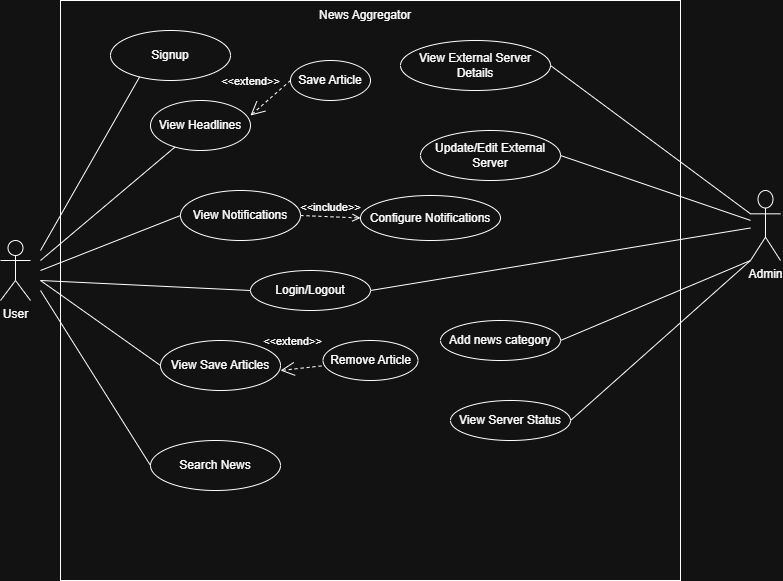
Above: Use Case(News Aggregator).png in gaurav-bhandari3290/Learn-Code (draw.io), before the change. Source tidied: cells renumbered, new cells last; positions are measured from the earlier drawing's top-left corner, leaving out a move shared by most shapes.
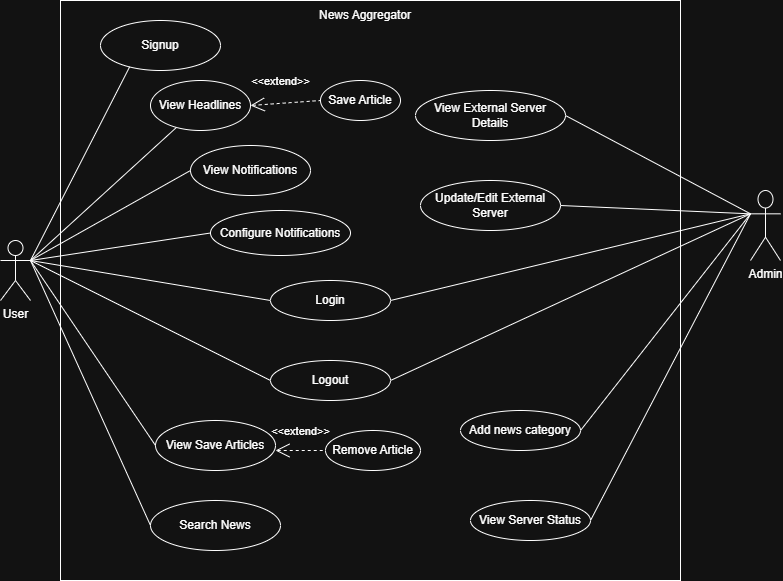
Above is the later version.

Commit message:
Use Case Comments resolved

Diff of the diagram source:
```diff
@@ -9,105 +9,100 @@
       <mxGeometry y="240" width="30" height="60" as="geometry" />
     </mxCell>
     <mxCell id="4" value="View Save Articles" style="ellipse;whiteSpace=wrap;html=1;" parent="1" vertex="1">
-      <mxGeometry x="160" y="340" width="120" height="50" as="geometry" />
+      <mxGeometry x="155" y="420" width="120" height="50" as="geometry" />
     </mxCell>
     <mxCell id="5" value="View Headlines" style="ellipse;whiteSpace=wrap;html=1;" parent="1" vertex="1">
-      <mxGeometry x="150" y="100" width="100" height="50" as="geometry" />
+      <mxGeometry x="150" y="80" width="100" height="50" as="geometry" />
     </mxCell>
     <mxCell id="6" value="Signup" style="ellipse;whiteSpace=wrap;html=1;" parent="1" vertex="1">
-      <mxGeometry x="110" y="30" width="120" height="50" as="geometry" />
+      <mxGeometry x="100" y="20" width="120" height="50" as="geometry" />
     </mxCell>
     <mxCell id="7" value="Admin" style="shape=umlActor;verticalLabelPosition=bottom;verticalAlign=top;html=1;outlineConnect=0;" parent="1" vertex="1">
       <mxGeometry x="750" y="190" width="30" height="70" as="geometry" />
     </mxCell>
-    <mxCell id="8" value="Login/Logout" style="ellipse;whiteSpace=wrap;html=1;" parent="1" vertex="1">
-      <mxGeometry x="250" y="270" width="120" height="40" as="geometry" />
+    <mxCell id="8" value="Login" style="ellipse;whiteSpace=wrap;html=1;" parent="1" vertex="1">
+      <mxGeometry x="270" y="280" width="120" height="40" as="geometry" />
     </mxCell>
     <mxCell id="9" value="Search News" style="ellipse;whiteSpace=wrap;html=1;" parent="1" vertex="1">
-      <mxGeometry x="150" y="440" width="130" height="50" as="geometry" />
+      <mxGeometry x="150" y="500" width="130" height="50" as="geometry" />
     </mxCell>
     <mxCell id="10" value="View Notifications" style="ellipse;whiteSpace=wrap;html=1;" parent="1" vertex="1">
-      <mxGeometry x="180" y="190" width="120" height="50" as="geometry" />
+      <mxGeometry x="190" y="145" width="120" height="50" as="geometry" />
     </mxCell>
-    <mxCell id="11" style="endArrow=none;html=1;rounded=0;entryX=0.243;entryY=0.926;entryDx=0;entryDy=0;entryPerimeter=0;" parent="1" edge="1" target="6">
-      <mxGeometry relative="1" as="geometry">
-        <mxPoint x="40" y="250" as="sourcePoint" />
-      </mxGeometry>
+    <mxCell id="11" style="endArrow=none;html=1;rounded=0;entryX=0.243;entryY=0.926;entryDx=0;entryDy=0;entryPerimeter=0;exitX=1;exitY=0.3333333333333333;exitDx=0;exitDy=0;exitPerimeter=0;" parent="1" edge="1" source="3" target="6">
+      <mxGeometry relative="1" as="geometry" />
     </mxCell>
-    <mxCell id="12" style="endArrow=none;html=1;rounded=0;" parent="1" edge="1" target="5">
-      <mxGeometry relative="1" as="geometry">
-        <mxPoint x="40" y="260" as="sourcePoint" />
-      </mxGeometry>
+    <mxCell id="12" style="endArrow=none;html=1;rounded=0;exitX=1;exitY=0.3333333333333333;exitDx=0;exitDy=0;exitPerimeter=0;" parent="1" edge="1" source="3" target="5">
+      <mxGeometry relative="1" as="geometry" />
     </mxCell>
-    <mxCell id="13" style="endArrow=none;html=1;rounded=0;entryX=0;entryY=0.5;entryDx=0;entryDy=0;" parent="1" edge="1" target="10">
-      <mxGeometry relative="1" as="geometry">
-        <mxPoint x="40" y="270" as="sourcePoint" />
-      </mxGeometry>
+    <mxCell id="13" style="endArrow=none;html=1;rounded=0;entryX=0;entryY=0.5;entryDx=0;entryDy=0;exitX=1;exitY=0.3333333333333333;exitDx=0;exitDy=0;exitPerimeter=0;" parent="1" edge="1" source="3" target="10">
+      <mxGeometry relative="1" as="geometry" />
     </mxCell>
-    <mxCell id="14" style="endArrow=none;html=1;rounded=0;entryX=0;entryY=0.5;entryDx=0;entryDy=0;" parent="1" edge="1" target="8">
-      <mxGeometry relative="1" as="geometry">
-        <mxPoint x="40" y="280" as="sourcePoint" />
-      </mxGeometry>
+    <mxCell id="14" style="endArrow=none;html=1;rounded=0;entryX=0;entryY=0.5;entryDx=0;entryDy=0;exitX=1;exitY=0.3333333333333333;exitDx=0;exitDy=0;exitPerimeter=0;" parent="1" edge="1" source="3" target="8">
+      <mxGeometry relative="1" as="geometry" />
     </mxCell>
-    <mxCell id="15" style="endArrow=none;html=1;rounded=0;entryX=0;entryY=0.5;entryDx=0;entryDy=0;" parent="1" edge="1" target="4">
-      <mxGeometry relative="1" as="geometry">
-        <mxPoint x="40" y="280" as="sourcePoint" />
-      </mxGeometry>
+    <mxCell id="15" style="endArrow=none;html=1;rounded=0;entryX=0;entryY=0.5;entryDx=0;entryDy=0;exitX=1;exitY=0.3333333333333333;exitDx=0;exitDy=0;exitPerimeter=0;" parent="1" edge="1" source="3" target="4">
+      <mxGeometry relative="1" as="geometry" />
     </mxCell>
-    <mxCell id="16" style="endArrow=none;html=1;rounded=0;entryX=0;entryY=0.5;entryDx=0;entryDy=0;" parent="1" edge="1" target="9">
-      <mxGeometry relative="1" as="geometry">
-        <mxPoint x="40" y="290" as="sourcePoint" />
-      </mxGeometry>
+    <mxCell id="16" style="endArrow=none;html=1;rounded=0;entryX=0;entryY=0.5;entryDx=0;entryDy=0;exitX=1;exitY=0.3333333333333333;exitDx=0;exitDy=0;exitPerimeter=0;" parent="1" edge="1" source="3" target="9">
+      <mxGeometry relative="1" as="geometry" />
     </mxCell>
     <mxCell id="17" value="View External Server Details" style="ellipse;whiteSpace=wrap;html=1;" parent="1" vertex="1">
-      <mxGeometry x="400" y="40" width="150" height="50" as="geometry" />
+      <mxGeometry x="415" y="90" width="150" height="50" as="geometry" />
     </mxCell>
     <mxCell id="18" value="Update/Edit External Server" style="ellipse;whiteSpace=wrap;html=1;" parent="1" vertex="1">
-      <mxGeometry x="420" y="130" width="140" height="50" as="geometry" />
+      <mxGeometry x="420" y="180" width="140" height="50" as="geometry" />
     </mxCell>
     <mxCell id="19" value="Add news category" style="ellipse;whiteSpace=wrap;html=1;" parent="1" vertex="1">
-      <mxGeometry x="440" y="320" width="120" height="40" as="geometry" />
+      <mxGeometry x="460" y="410" width="120" height="40" as="geometry" />
     </mxCell>
     <mxCell id="20" style="endArrow=none;html=1;rounded=0;exitX=1;exitY=0.5;exitDx=0;exitDy=0;entryX=0;entryY=0.3333333333333333;entryDx=0;entryDy=0;entryPerimeter=0;" parent="1" edge="1" source="17" target="7">
       <mxGeometry relative="1" as="geometry" />
     </mxCell>
-    <mxCell id="21" style="endArrow=none;html=1;rounded=0;exitX=1;exitY=0.5;exitDx=0;exitDy=0;" parent="1" edge="1" source="18" target="7">
+    <mxCell id="21" style="endArrow=none;html=1;rounded=0;exitX=1;exitY=0.5;exitDx=0;exitDy=0;entryX=0;entryY=0.3333333333333333;entryDx=0;entryDy=0;entryPerimeter=0;" parent="1" edge="1" source="18" target="7">
       <mxGeometry relative="1" as="geometry" />
     </mxCell>
-    <mxCell id="22" style="endArrow=none;html=1;rounded=0;exitX=1;exitY=0.5;exitDx=0;exitDy=0;" parent="1" edge="1" source="8" target="7">
+    <mxCell id="22" style="endArrow=none;html=1;rounded=0;exitX=1;exitY=0.5;exitDx=0;exitDy=0;entryX=0;entryY=0.3333333333333333;entryDx=0;entryDy=0;entryPerimeter=0;" parent="1" edge="1" source="8" target="7">
       <mxGeometry relative="1" as="geometry" />
     </mxCell>
-    <mxCell id="23" style="endArrow=none;html=1;rounded=0;exitX=1;exitY=0.5;exitDx=0;exitDy=0;entryX=0;entryY=1;entryDx=0;entryDy=0;entryPerimeter=0;" parent="1" edge="1" source="19" target="7">
+    <mxCell id="23" style="endArrow=none;html=1;rounded=0;exitX=1;exitY=0.5;exitDx=0;exitDy=0;entryX=0;entryY=0.3333333333333333;entryDx=0;entryDy=0;entryPerimeter=0;" parent="1" edge="1" source="19" target="7">
       <mxGeometry relative="1" as="geometry" />
     </mxCell>
     <mxCell id="24" value="View Server Status" style="ellipse;whiteSpace=wrap;html=1;" parent="1" vertex="1">
-      <mxGeometry x="450" y="400" width="120" height="40" as="geometry" />
+      <mxGeometry x="470" y="500" width="120" height="40" as="geometry" />
     </mxCell>
-    <mxCell id="25" style="endArrow=none;html=1;rounded=0;exitX=1;exitY=0.5;exitDx=0;exitDy=0;entryX=0;entryY=1;entryDx=0;entryDy=0;entryPerimeter=0;" parent="1" edge="1" source="24" target="7">
+    <mxCell id="25" style="endArrow=none;html=1;rounded=0;exitX=1;exitY=0.5;exitDx=0;exitDy=0;entryX=0;entryY=0.3333333333333333;entryDx=0;entryDy=0;entryPerimeter=0;" parent="1" edge="1" source="24" target="7">
       <mxGeometry relative="1" as="geometry" />
     </mxCell>
     <mxCell id="26" value="News Aggregator" style="text;strokeColor=none;align=center;fillColor=none;html=1;verticalAlign=middle;whiteSpace=wrap;rounded=0;" parent="1" vertex="1">
       <mxGeometry x="310" width="110" height="30" as="geometry" />
     </mxCell>
     <mxCell id="27" value="Save Article" style="ellipse;whiteSpace=wrap;html=1;" parent="1" vertex="1">
-      <mxGeometry x="290" y="60" width="80" height="40" as="geometry" />
+      <mxGeometry x="320" y="80" width="80" height="40" as="geometry" />
     </mxCell>
-    <mxCell id="28" value="&amp;lt;&amp;lt;extend&amp;gt;&amp;gt;" style="edgeStyle=none;html=1;startArrow=open;endArrow=none;startSize=12;verticalAlign=bottom;dashed=1;labelBackgroundColor=none;rounded=0;entryX=0.05;entryY=0.7;entryDx=0;entryDy=0;entryPerimeter=0;exitX=1;exitY=0.3;exitDx=0;exitDy=0;exitPerimeter=0;" parent="1" edge="1" source="5">
-      <mxGeometry x="-0.38" y="19" relative="1" as="geometry">
-        <mxPoint x="290" y="80" as="targetPoint" />
-      </mxGeometry>
+    <mxCell id="28" value="&amp;lt;&amp;lt;extend&amp;gt;&amp;gt;" style="edgeStyle=none;html=1;startArrow=open;endArrow=none;startSize=12;verticalAlign=bottom;dashed=1;labelBackgroundColor=none;rounded=0;entryX=0;entryY=0.5;entryDx=0;entryDy=0;exitX=1;exitY=0.5;exitDx=0;exitDy=0;" parent="1" edge="1" source="5" target="27">
+      <mxGeometry x="-0.12" y="13" relative="1" as="geometry" />
     </mxCell>
     <mxCell id="29" value="Remove Article" style="ellipse;whiteSpace=wrap;html=1;" parent="1" vertex="1">
-      <mxGeometry x="322.5" y="340" width="95" height="40" as="geometry" />
+      <mxGeometry x="325" y="430" width="95" height="40" as="geometry" />
     </mxCell>
     <mxCell id="30" value="&amp;lt;&amp;lt;extend&amp;gt;&amp;gt;" style="edgeStyle=none;html=1;startArrow=open;endArrow=none;startSize=12;verticalAlign=bottom;dashed=1;labelBackgroundColor=none;rounded=0;exitX=1;exitY=0.6;exitDx=0;exitDy=0;exitPerimeter=0;" parent="1" edge="1" source="4" target="29">
-      <mxGeometry x="-0.38" y="19" relative="1" as="geometry" />
+      <mxGeometry y="10" relative="1" as="geometry" />
     </mxCell>
     <mxCell id="31" value="Configure Notifications" style="ellipse;whiteSpace=wrap;html=1;" parent="1" vertex="1">
-      <mxGeometry x="360" y="195" width="140" height="45" as="geometry" />
+      <mxGeometry x="210" y="210" width="140" height="45" as="geometry" />
     </mxCell>
-    <mxCell id="32" value="&amp;lt;&amp;lt;include&amp;gt;&amp;gt;" style="html=1;verticalAlign=bottom;labelBackgroundColor=none;endArrow=open;endFill=0;dashed=1;rounded=0;entryX=0;entryY=0.5;entryDx=0;entryDy=0;exitX=1;exitY=0.5;exitDx=0;exitDy=0;" parent="1" edge="1" source="10" target="31">
-      <mxGeometry relative="1" as="geometry" />
-    </mxCell>
+    <mxCell id="33" value="Logout" style="ellipse;whiteSpace=wrap;html=1;" parent="1" vertex="1">
+      <mxGeometry x="270" y="360" width="120" height="40" as="geometry" />
+    </mxCell>
+    <mxCell id="34" style="endArrow=none;html=1;rounded=0;entryX=0;entryY=0.5;entryDx=0;entryDy=0;exitX=1;exitY=0.3333333333333333;exitDx=0;exitDy=0;exitPerimeter=0;" parent="1" edge="1" source="3" target="33">
+      <mxGeometry relative="1" as="geometry" />
+    </mxCell>
+    <mxCell id="35" style="endArrow=none;html=1;rounded=0;exitX=1;exitY=0.5;exitDx=0;exitDy=0;entryX=0;entryY=0.3333333333333333;entryDx=0;entryDy=0;entryPerimeter=0;" parent="1" edge="1" source="33" target="7">
+      <mxGeometry relative="1" as="geometry" />
+    </mxCell>
+    <mxCell id="36" style="endArrow=none;html=1;rounded=0;entryX=0;entryY=0.5;entryDx=0;entryDy=0;exitX=1;exitY=0.3333333333333333;exitDx=0;exitDy=0;exitPerimeter=0;" parent="1" edge="1" source="3" target="31">
+      <mxGeometry relative="1" as="geometry" />
+    </mxCell>
   </root>
 </mxGraphModel>
```
